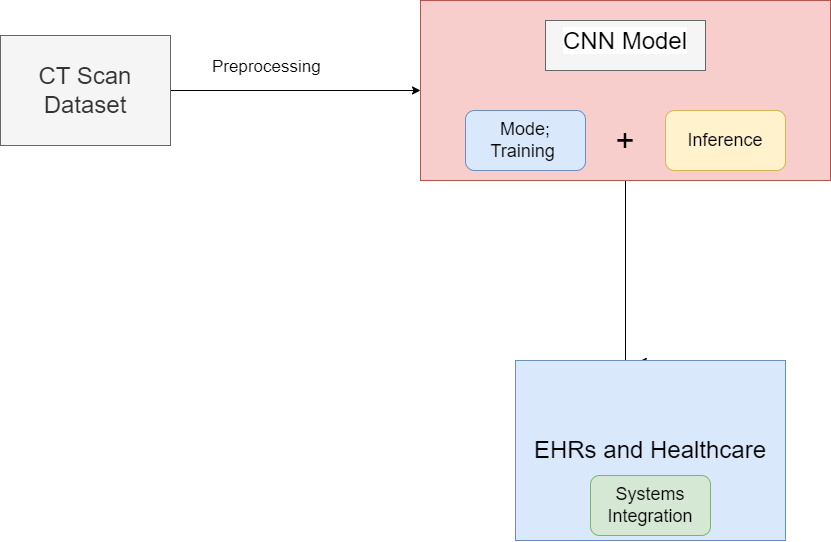
Before: Achitectural Diagram.drawio.png, a diagram exported from draw.io (belanasaikiran/FlowCharts). Source tidied: cells renumbered, new cells last; positions are measured from the earlier drawing's top-left corner, leaving out a move shared by most shapes.
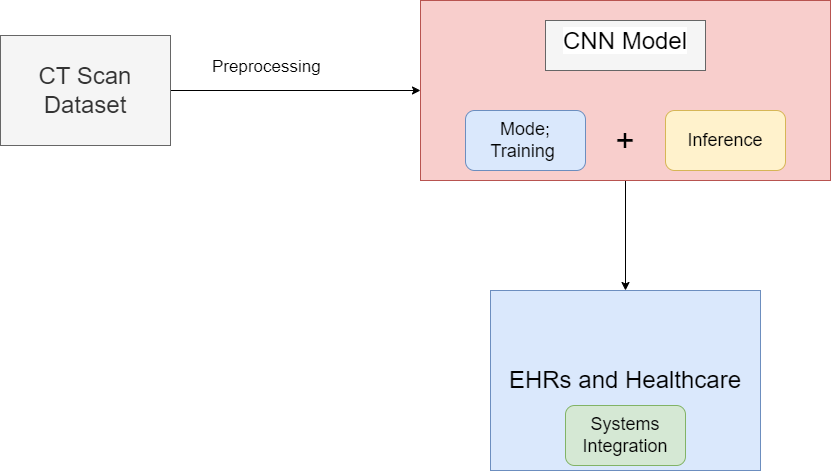
Above is the later version.

What changed in the source:
```diff
@@ -8,12 +8,8 @@
     <mxCell id="3" value="CT Scan &lt;br style=&quot;font-size: 24px;&quot;&gt;Dataset" style="rounded=0;whiteSpace=wrap;html=1;fontSize=24;fillColor=#f5f5f5;strokeColor=#666666;fontColor=#333333;" parent="1" vertex="1">
       <mxGeometry y="35" width="170" height="110" as="geometry" />
     </mxCell>
-    <mxCell id="4" style="edgeStyle=orthogonalEdgeStyle;rounded=0;jettySize=auto;html=1;exitX=0.5;exitY=1;exitDx=0;exitDy=0;entryX=0.455;entryY=0.007;entryDx=0;entryDy=0;entryPerimeter=0;" parent="1" edge="1" source="5" target="12">
-      <mxGeometry relative="1" as="geometry">
-        <Array as="points">
-          <mxPoint x="660" y="491" />
-        </Array>
-      </mxGeometry>
+    <mxCell id="4" style="edgeStyle=orthogonalEdgeStyle;rounded=0;jettySize=auto;html=1;entryX=0.5;entryY=0;entryDx=0;entryDy=0;" parent="1" edge="1" source="5" target="12">
+      <mxGeometry relative="1" as="geometry" />
     </mxCell>
     <mxCell id="5" style="rounded=0;whiteSpace=wrap;html=1;fontSize=24;fillColor=#f8cecc;strokeColor=#b85450;" parent="1" vertex="1">
       <mxGeometry x="420" width="410" height="180" as="geometry" />
@@ -34,7 +30,7 @@
       <mxGeometry x="545" y="20" width="160" height="50" as="geometry" />
     </mxCell>
     <mxCell id="11" style="group;" parent="1" vertex="1">
-      <mxGeometry x="515" y="360" width="270" height="180" as="geometry" />
+      <mxGeometry x="490" y="290" width="270" height="180" as="geometry" />
     </mxCell>
     <mxCell id="12" value="EHRs and Healthcare" style="rounded=0;whiteSpace=wrap;html=1;fontSize=24;fillColor=#dae8fc;strokeColor=#6c8ebf;" parent="11" vertex="1">
       <mxGeometry width="270" height="180" as="geometry" />
```
